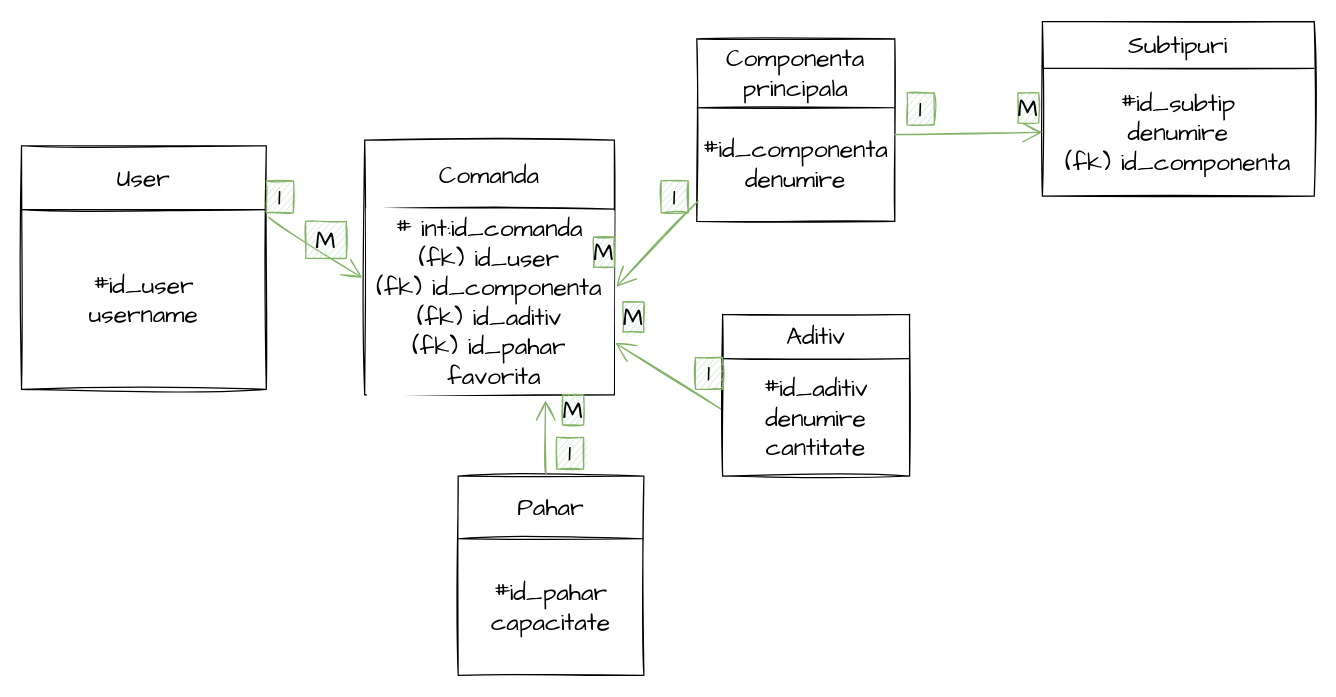
Above: Untitled Diagram.drawio in daria68/Smart-Coffe-Machine (draw.io), before the change. Source tidied: cells renumbered, new cells numbered last; positions are measured from the earlier drawing's top-left corner, leaving out a move shared by most shapes. Both pictures are drawn from the tidied source at 123%, with x=0, y=0 at pixel (21, 21).
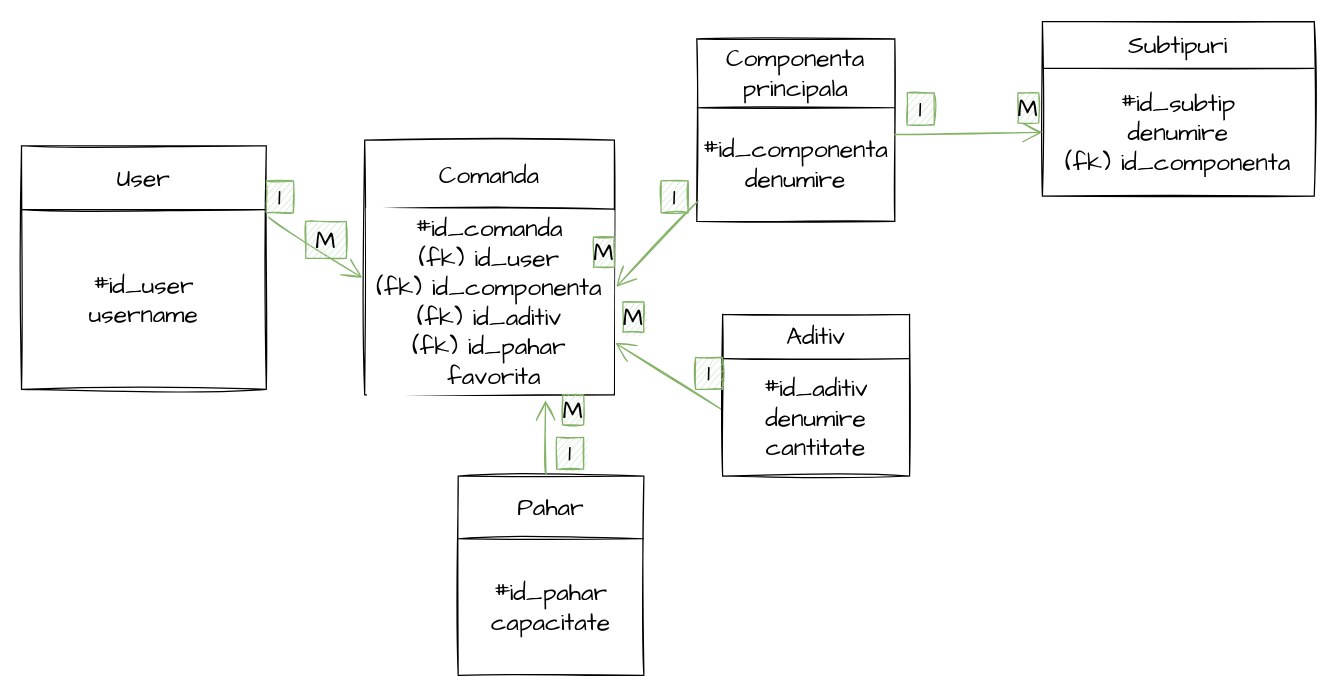
The same page after the edit.

The change refers to these unchanged cells:
```xml
<mxCell id="10" style="shape=partialRectangle;fillColor=none;top=0;left=0;bottom=0;right=0;points=[[0,0.5],[1,0.5]];portConstraint=eastwest;sketch=1;hachureGap=4;fontFamily=Architects Daughter;fontSize=20;" parent="7" vertex="1">
  <mxGeometry y="56" width="203" height="151" as="geometry" />
</mxCell>
```

The edit, as a diff of the source:
```diff
@@
-    <mxCell id="11" value="# int:id_comanda&lt;br&gt;(fk) id_user&lt;br&gt;(fk) id_componenta&lt;br&gt;(fk) id_aditiv&lt;br&gt;(fk) id_pahar&lt;br&gt;&amp;nbsp;favorita" style="shape=partialRectangle;html=1;whiteSpace=wrap;overflow=hidden;top=0;left=0;bottom=0;right=0;sketch=1;hachureGap=4;fontFamily=Architects Daughter;fontSize=20;" parent="10" vertex="1">
+    <mxCell id="11" value="#id_comanda&lt;br&gt;(fk) id_user&lt;br&gt;(fk) id_componenta&lt;br&gt;(fk) id_aditiv&lt;br&gt;(fk) id_pahar&lt;br&gt;&amp;nbsp;favorita" style="shape=partialRectangle;html=1;whiteSpace=wrap;overflow=hidden;top=0;left=0;bottom=0;right=0;sketch=1;hachureGap=4;fontFamily=Architects Daughter;fontSize=20;" parent="10" vertex="1">
       <mxGeometry width="203" height="151" as="geometry" />
     </mxCell>
```
